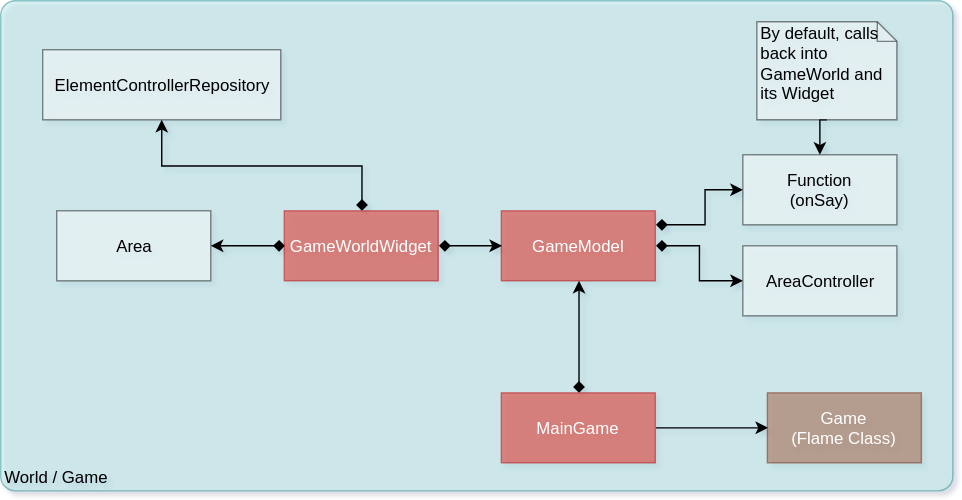
Above: doc/KGRESS-Code - Game and World.svg in kevinvandenbreemen/kgress (draw.io), before the change. Source tidied: cells renumbered, new cells last; positions are measured from the earlier drawing's top-left corner, leaving out a move shared by most shapes.
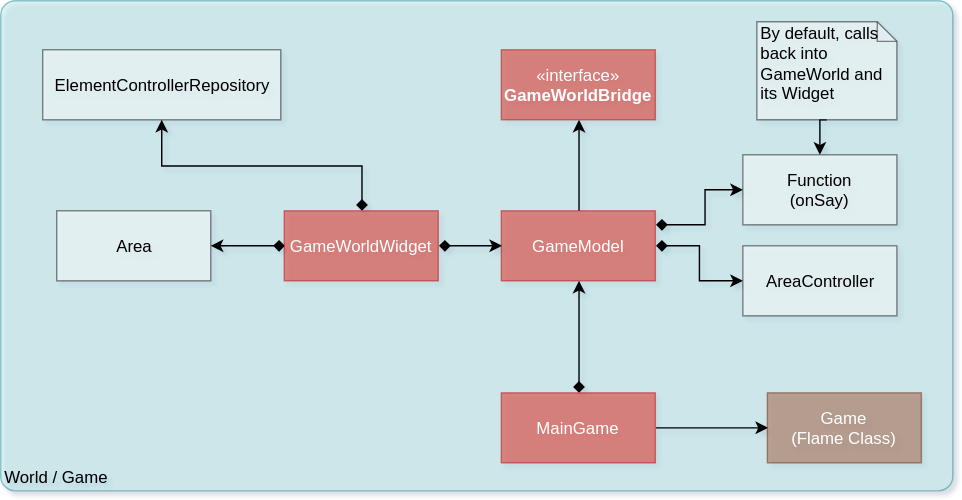
The same file after the commit.

The edit, as a diff of the source:
```diff
@@ -19,6 +19,9 @@
         </Array>
       </mxGeometry>
     </mxCell>
+    <mxCell id="20" style="edgeStyle=orthogonalEdgeStyle;rounded=0;jettySize=auto;html=1;exitX=0.5;exitY=0;exitDx=0;exitDy=0;entryX=0.5;entryY=1;entryDx=0;entryDy=0;" parent="1" edge="1" source="5" target="21">
+      <mxGeometry relative="1" as="geometry" />
+    </mxCell>
     <mxCell id="5" value="GameModel" style="html=1;opacity=45;fillColor=#e51400;strokeColor=#B20000;fontColor=#ffffff;" parent="1" vertex="1">
       <mxGeometry x="357.5" y="150" width="110" height="50" as="geometry" />
     </mxCell>
@@ -64,5 +67,8 @@
     <mxCell id="19" value="By default, calls back into GameWorld and its Widget" style="shape=note;whiteSpace=wrap;html=1;size=14;verticalAlign=top;align=left;spacingTop=-6;opacity=45;" parent="1" vertex="1">
       <mxGeometry x="540" y="15" width="100" height="70" as="geometry" />
     </mxCell>
+    <mxCell id="21" value="«interface»&lt;br&gt;&lt;b&gt;GameWorldBridge&lt;/b&gt;" style="html=1;fillColor=#e51400;strokeColor=#B20000;fontColor=#ffffff;opacity=45;" parent="1" vertex="1">
+      <mxGeometry x="357.5" y="35" width="110" height="50" as="geometry" />
+    </mxCell>
   </root>
 </mxGraphModel>
```
